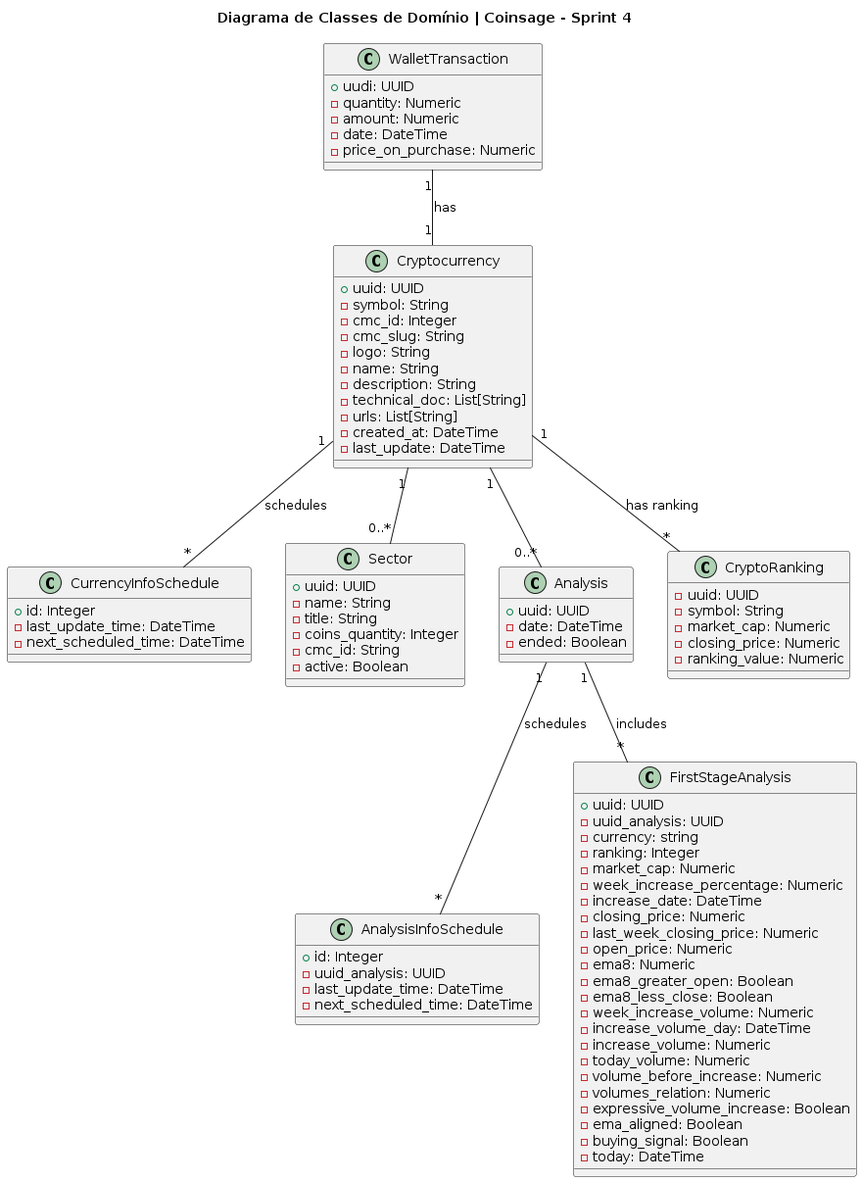
ICEI-PUC-Minas-PPLES-TI/plf-es-2024-1-ti3-8981100-coinsage keeps this PlantUML diagram as Artefatos/diagramas/diagrama_de_classes/versions/pngs/current.png. Above is the earlier version.
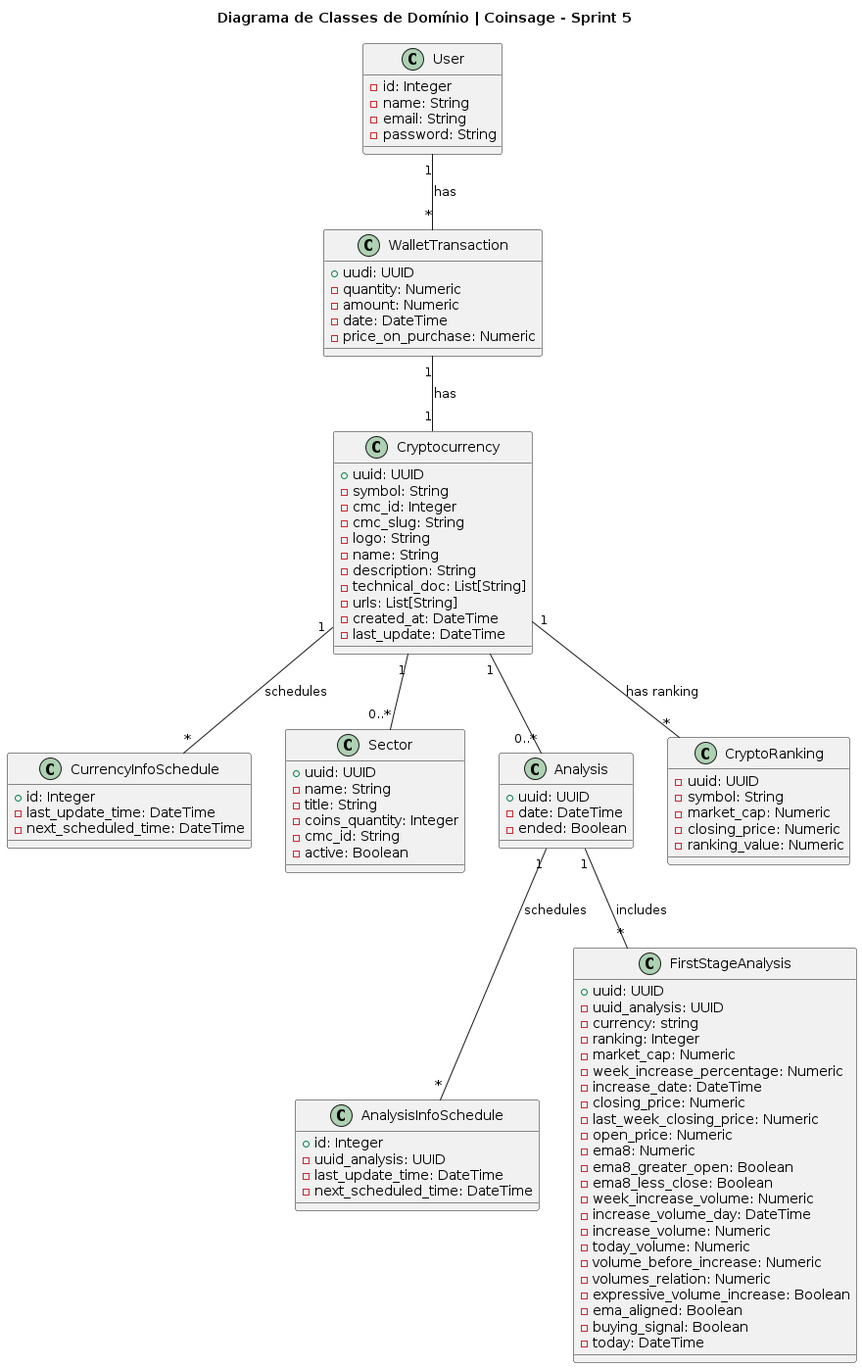
The same file after the commit.

Commit message:
updating classes diagram with user account

What changed in the source:
```diff
@@ -1,5 +1,5 @@
 @startuml Diagrama de Classes
-title Diagrama de Classes de Domínio | Coinsage - Sprint 4
+title Diagrama de Classes de Domínio | Coinsage - Sprint 5
 
 class Cryptocurrency {
     + uuid: UUID
@@ -86,6 +86,13 @@
     - ranking_value: Numeric
 }
 
+class User{
+    - id: Integer
+    - name: String
+    - email: String
+    - password: String
+}
+
 Cryptocurrency "1" -- "*" CurrencyInfoSchedule: schedules
 Cryptocurrency "1" -- "0..*" Sector
 Cryptocurrency "1" -- "0..*" Analysis
@@ -93,5 +100,6 @@
 Analysis "1" -- "*" FirstStageAnalysis : includes
 Cryptocurrency "1" -- "*" CryptoRanking : "has ranking"
 WalletTransaction "1" -- "1" Cryptocurrency : "has"
+User "1" -- "*" WalletTransaction : "has"
 
 @enduml
```
